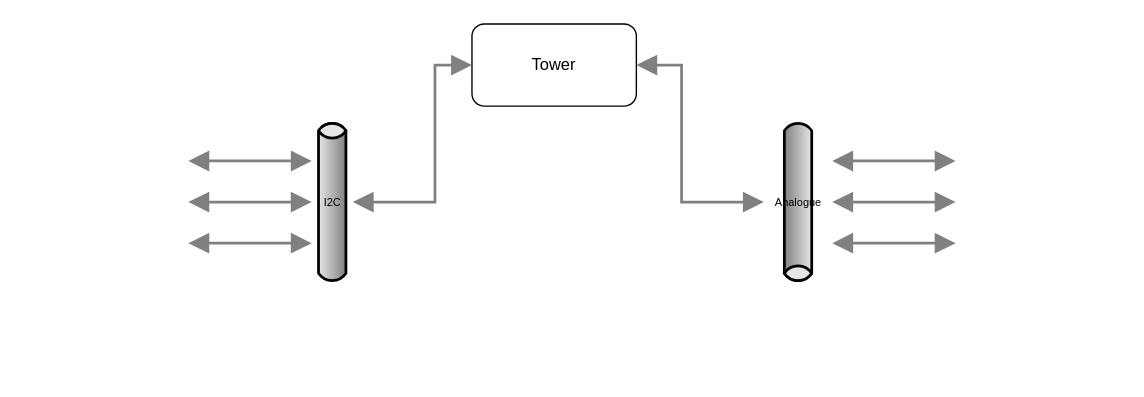
Before: page "IO" (2 of 3) of Code/PlatformIO Project/extras/project_diagram.drawio in ZanzyTHEbar/ESP32GreenhouseTowerDIY, a draw.io diagram. Source tidied: cells renumbered, new cells numbered last; positions are measured from the earlier drawing's top-left corner, leaving out a move shared by most shapes. Both pictures are drawn from the tidied source at 137%, with x=0, y=0 at pixel (188, 23).
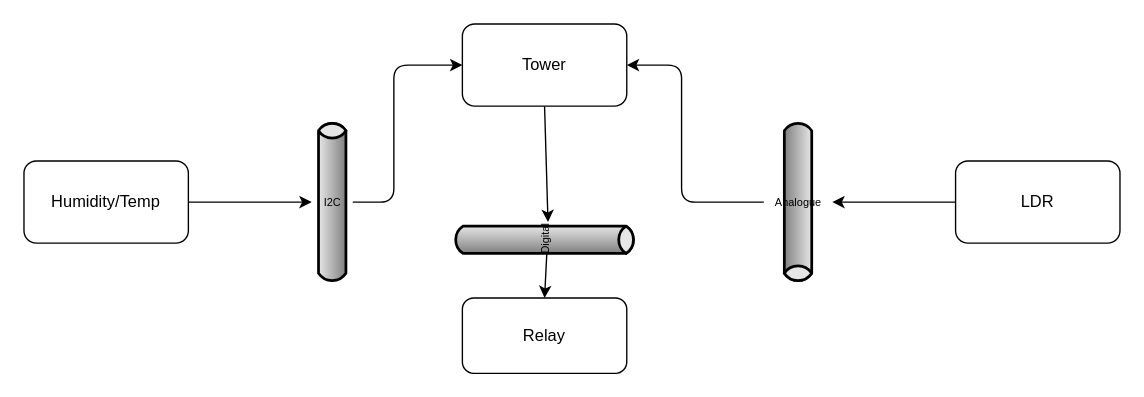
Above is the later version.

The change refers to these unchanged cells:
```xml
<mxCell id="3" value="I2C" style="strokeWidth=2;strokeColor=#000000;dashed=0;align=center;html=1;fontSize=8;shape=mxgraph.eip.messageChannel;direction=north;" parent="1" vertex="1">
  <mxGeometry x="90" y="70" width="30" height="120" as="geometry" />
</mxCell>
<mxCell id="8" value="Analogue" style="strokeWidth=2;strokeColor=#000000;dashed=0;align=center;html=1;fontSize=8;shape=mxgraph.eip.messageChannel;direction=south;" parent="1" vertex="1">
  <mxGeometry x="420" y="70" width="50" height="120" as="geometry" />
</mxCell>
```

Change to the diagram source:
```diff
@@
+    <mxCell id="13" style="edgeStyle=none;html=1;exitX=0.5;exitY=1;exitDx=0;exitDy=0;entryX=0;entryY=0;entryDx=70;entryDy=0;entryPerimeter=0;" parent="1" edge="1" source="2" target="19">
+      <mxGeometry relative="1" as="geometry" />
+    </mxCell>
     <mxCell id="2" value="Tower" style="rounded=1;whiteSpace=wrap;html=1;" parent="1" vertex="1">
-      <mxGeometry x="207" width="120" height="60" as="geometry" />
+      <mxGeometry x="200" width="120" height="60" as="geometry" />
     </mxCell>
+    <mxCell id="14" style="edgeStyle=none;html=1;entryX=0;entryY=0.5;entryDx=0;entryDy=0;exitX=0;exitY=1;exitDx=60;exitDy=0;exitPerimeter=0;" parent="1" edge="1" source="3" target="2">
+      <mxGeometry relative="1" as="geometry">
+        <Array as="points">
+          <mxPoint x="150" y="130" />
+          <mxPoint x="150" y="30" />
+        </Array>
+      </mxGeometry>
+    </mxCell>
@@
-    <mxCell id="4" style="edgeStyle=elbowEdgeStyle;strokeWidth=2;rounded=0;endArrow=block;startArrow=block;startSize=10;endSize=10;dashed=0;html=1;strokeColor=#808080;entryX=0.25;entryY=0;entryDx=0;entryDy=0;" parent="1" edge="1" target="3">
-      <mxGeometry relative="1" as="geometry">
-        <mxPoint y="160" as="sourcePoint" />
-        <Array as="points">
-          <mxPoint x="70" y="210" />
-          <mxPoint x="70" y="190" />
-        </Array>
-      </mxGeometry>
-    </mxCell>
-    <mxCell id="5" style="edgeStyle=elbowEdgeStyle;strokeWidth=2;rounded=0;endArrow=block;startArrow=block;startSize=10;endSize=10;dashed=0;html=1;strokeColor=#808080;" parent="1" edge="1" target="3">
-      <mxGeometry relative="1" as="geometry">
-        <mxPoint y="130" as="sourcePoint" />
-      </mxGeometry>
-    </mxCell>
-    <mxCell id="6" style="edgeStyle=elbowEdgeStyle;strokeWidth=2;rounded=0;endArrow=block;startArrow=block;startSize=10;endSize=10;dashed=0;html=1;strokeColor=#808080;entryX=0.75;entryY=0;entryDx=0;entryDy=0;" parent="1" edge="1" target="3">
-      <mxGeometry relative="1" as="geometry">
-        <mxPoint y="100" as="sourcePoint" />
-        <Array as="points">
-          <mxPoint x="30" y="90" />
-        </Array>
-      </mxGeometry>
-    </mxCell>
-    <mxCell id="7" style="edgeStyle=elbowEdgeStyle;strokeWidth=2;rounded=0;endArrow=block;startArrow=block;startSize=10;endSize=10;dashed=0;html=1;strokeColor=#808080;exitX=0;exitY=0.5;exitDx=0;exitDy=0;" parent="1" edge="1" source="2" target="3">
-      <mxGeometry relative="1" as="geometry">
-        <Array as="points">
-          <mxPoint x="180" y="130" />
-        </Array>
-      </mxGeometry>
-    </mxCell>
+    <mxCell id="15" style="edgeStyle=none;html=1;exitX=0;exitY=1;exitDx=60;exitDy=0;exitPerimeter=0;entryX=1;entryY=0.5;entryDx=0;entryDy=0;" parent="1" edge="1" source="8" target="2">
+      <mxGeometry relative="1" as="geometry">
+        <Array as="points">
+          <mxPoint x="360" y="130" />
+          <mxPoint x="360" y="30" />
+        </Array>
+      </mxGeometry>
+    </mxCell>
@@
-    <mxCell id="9" style="edgeStyle=elbowEdgeStyle;strokeWidth=2;rounded=0;endArrow=block;startArrow=block;startSize=10;endSize=10;dashed=0;html=1;strokeColor=#808080;exitX=1;exitY=0.5;exitDx=0;exitDy=0;entryX=0.5;entryY=1;entryDx=0;entryDy=0;" parent="1" edge="1" source="2" target="8">
-      <mxGeometry relative="1" as="geometry">
-        <Array as="points">
-          <mxPoint x="360" y="80" />
-        </Array>
-      </mxGeometry>
-    </mxCell>
-    <mxCell id="10" style="edgeStyle=elbowEdgeStyle;strokeWidth=2;rounded=0;endArrow=block;startArrow=block;startSize=10;endSize=10;dashed=0;html=1;strokeColor=#808080;exitX=0.75;exitY=0;exitDx=0;exitDy=0;" parent="1" edge="1" source="8">
-      <mxGeometry relative="1" as="geometry">
-        <mxPoint x="560" y="160" as="targetPoint" />
-        <Array as="points">
-          <mxPoint x="540" y="209.5" />
-          <mxPoint x="540" y="189.5" />
-        </Array>
-      </mxGeometry>
-    </mxCell>
-    <mxCell id="11" style="edgeStyle=elbowEdgeStyle;strokeWidth=2;rounded=0;endArrow=block;startArrow=block;startSize=10;endSize=10;dashed=0;html=1;strokeColor=#808080;exitX=0.5;exitY=0;exitDx=0;exitDy=0;" parent="1" edge="1" source="8">
-      <mxGeometry relative="1" as="geometry">
-        <mxPoint x="560" y="130" as="targetPoint" />
-        <Array as="points">
-          <mxPoint x="515" y="140" />
-        </Array>
-      </mxGeometry>
-    </mxCell>
-    <mxCell id="12" style="edgeStyle=elbowEdgeStyle;strokeWidth=2;rounded=0;endArrow=block;startArrow=block;startSize=10;endSize=10;dashed=0;html=1;strokeColor=#808080;exitX=0.25;exitY=0;exitDx=0;exitDy=0;" parent="1" edge="1" source="8">
-      <mxGeometry relative="1" as="geometry">
-        <mxPoint x="560" y="100" as="targetPoint" />
-        <Array as="points">
-          <mxPoint x="500" y="89.5" />
-        </Array>
-      </mxGeometry>
-    </mxCell>
+    <mxCell id="16" style="edgeStyle=none;html=1;exitX=1;exitY=0.5;exitDx=0;exitDy=0;entryX=0;entryY=0;entryDx=60;entryDy=0;entryPerimeter=0;" parent="1" edge="1" source="17" target="3">
+      <mxGeometry relative="1" as="geometry" />
+    </mxCell>
+    <mxCell id="17" value="Humidity/Temp" style="rounded=1;whiteSpace=wrap;html=1;" parent="1" vertex="1">
+      <mxGeometry x="-120" y="100" width="120" height="60" as="geometry" />
+    </mxCell>
+    <mxCell id="18" style="edgeStyle=none;html=1;exitX=0.515;exitY=0.589;exitDx=0;exitDy=0;exitPerimeter=0;entryX=0.5;entryY=0;entryDx=0;entryDy=0;" parent="1" edge="1" source="19" target="22">
+      <mxGeometry relative="1" as="geometry" />
+    </mxCell>
+    <mxCell id="19" value="Digital" style="strokeWidth=2;strokeColor=#000000;dashed=0;align=center;html=1;fontSize=8;shape=mxgraph.eip.messageChannel;direction=south;rotation=-90;" parent="1" vertex="1">
+      <mxGeometry x="247.1" y="90" width="25.8" height="135" as="geometry" />
+    </mxCell>
+    <mxCell id="20" style="edgeStyle=none;html=1;exitX=0;exitY=0.5;exitDx=0;exitDy=0;entryX=0;entryY=0;entryDx=60;entryDy=0;entryPerimeter=0;" parent="1" edge="1" source="21" target="8">
+      <mxGeometry relative="1" as="geometry" />
+    </mxCell>
+    <mxCell id="21" value="LDR" style="rounded=1;whiteSpace=wrap;html=1;" parent="1" vertex="1">
+      <mxGeometry x="560" y="100" width="120" height="60" as="geometry" />
+    </mxCell>
+    <mxCell id="22" value="Relay" style="rounded=1;whiteSpace=wrap;html=1;" parent="1" vertex="1">
+      <mxGeometry x="200" y="200" width="120" height="55" as="geometry" />
+    </mxCell>
```
